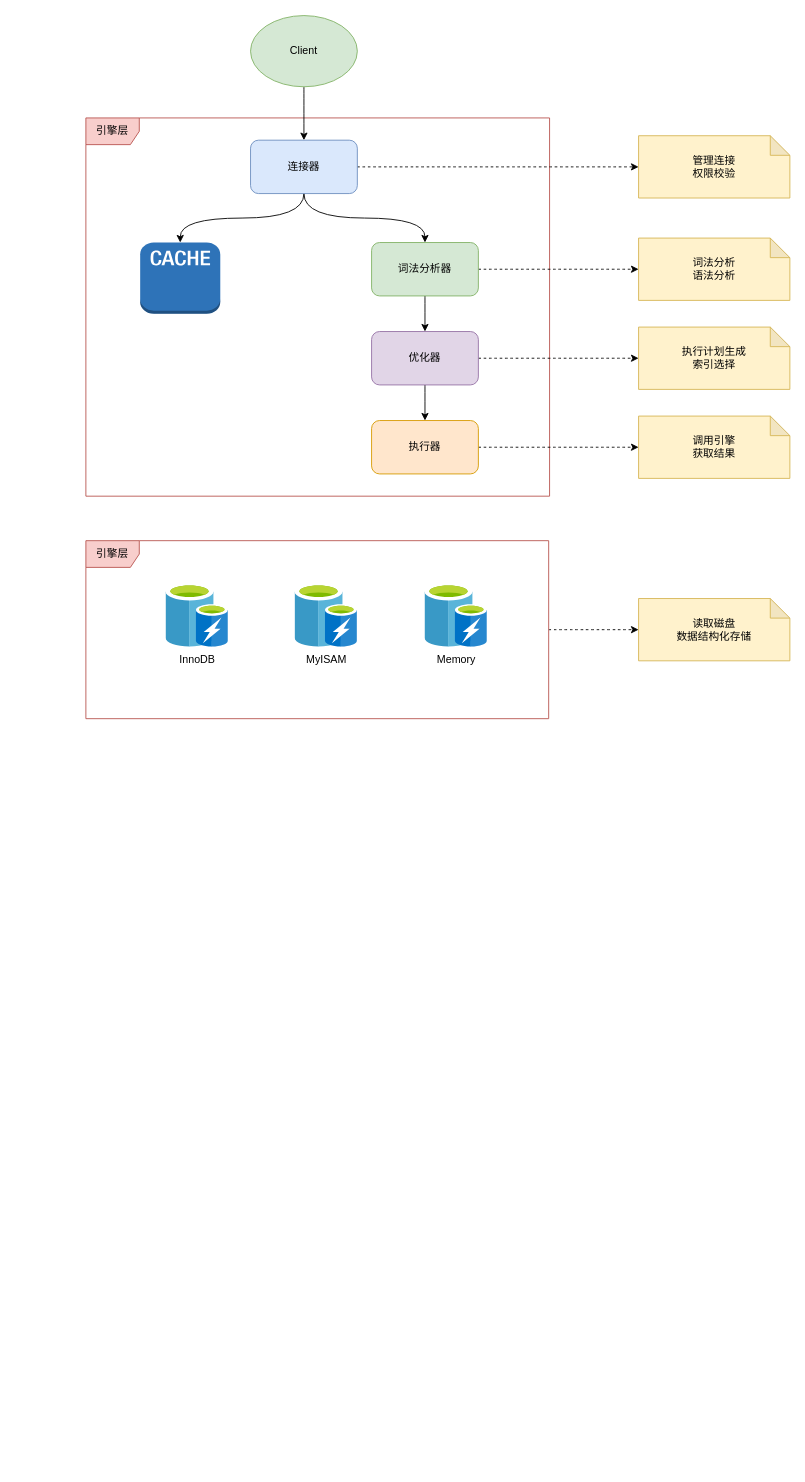
thebesteric/draw.io keeps this draw.io diagram as mysql/mysql.drawio. Above is the earlier version. Source tidied: cells renumbered, new cells numbered last; positions are measured from the earlier drawing's top-left corner, leaving out a move shared by most shapes. Both pictures are drawn from the tidied source at 89%, with x=0, y=0 at pixel (85, 15).
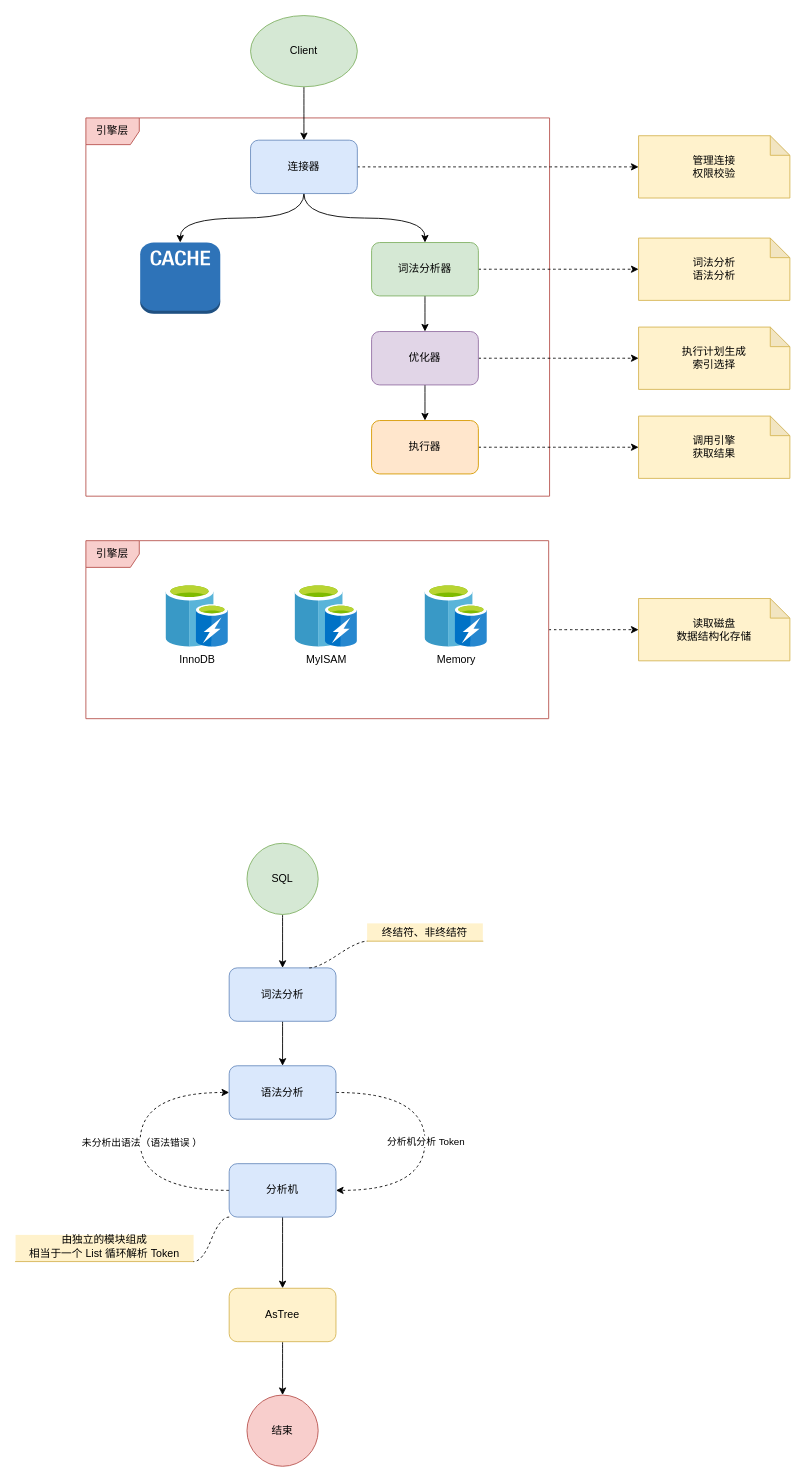
The same diagram, later.

What changed in the source:
```diff
@@
+    <mxCell id="28" style="edgeStyle=orthogonalEdgeStyle;curved=1;rounded=0;jettySize=auto;html=1;exitX=0.5;exitY=1;exitDx=0;exitDy=0;entryX=0.5;entryY=0;entryDx=0;entryDy=0;" parent="1" edge="1" source="29" target="31">
+      <mxGeometry relative="1" as="geometry" />
+    </mxCell>
+    <mxCell id="29" value="SQL" style="ellipse;whiteSpace=wrap;html=1;fillColor=#d5e8d4;strokeColor=#82b366;" parent="1" vertex="1">
+      <mxGeometry x="181" y="930" width="80" height="80" as="geometry" />
+    </mxCell>
+    <mxCell id="30" style="edgeStyle=orthogonalEdgeStyle;curved=1;rounded=0;jettySize=auto;html=1;" parent="1" edge="1" source="31" target="34">
+      <mxGeometry relative="1" as="geometry" />
+    </mxCell>
+    <mxCell id="31" value="词法分析" style="rounded=1;whiteSpace=wrap;html=1;fillColor=#dae8fc;strokeColor=#6c8ebf;" parent="1" vertex="1">
+      <mxGeometry x="161" y="1070" width="120" height="60" as="geometry" />
+    </mxCell>
+    <mxCell id="32" style="edgeStyle=orthogonalEdgeStyle;curved=1;rounded=0;jettySize=auto;html=1;exitX=1;exitY=0.5;exitDx=0;exitDy=0;entryX=1;entryY=0.5;entryDx=0;entryDy=0;dashed=1;" parent="1" edge="1" source="34" target="38">
+      <mxGeometry relative="1" as="geometry">
+        <Array as="points">
+          <mxPoint x="381" y="1210" />
+          <mxPoint x="381" y="1320" />
+        </Array>
+      </mxGeometry>
+    </mxCell>
+    <mxCell id="33" value="分析机分析 Token" style="edgeLabel;html=1;align=center;verticalAlign=middle;" parent="32" vertex="1">
+      <mxGeometry x="-0.01" relative="1" as="geometry">
+        <mxPoint y="1" as="offset" />
+      </mxGeometry>
+    </mxCell>
+    <mxCell id="34" value="语法分析" style="whiteSpace=wrap;html=1;rounded=1;fillColor=#dae8fc;strokeColor=#6c8ebf;" parent="1" vertex="1">
+      <mxGeometry x="161" y="1180" width="120" height="60" as="geometry" />
+    </mxCell>
+    <mxCell id="35" style="edgeStyle=orthogonalEdgeStyle;curved=1;rounded=0;jettySize=auto;html=1;" parent="1" edge="1" source="38" target="40">
+      <mxGeometry relative="1" as="geometry" />
+    </mxCell>
+    <mxCell id="36" style="edgeStyle=orthogonalEdgeStyle;curved=1;rounded=0;jettySize=auto;html=1;exitX=0;exitY=0.5;exitDx=0;exitDy=0;entryX=0;entryY=0.5;entryDx=0;entryDy=0;dashed=1;" parent="1" edge="1" source="38" target="34">
+      <mxGeometry relative="1" as="geometry">
+        <Array as="points">
+          <mxPoint x="61" y="1320" />
+          <mxPoint x="61" y="1210" />
+        </Array>
+      </mxGeometry>
+    </mxCell>
+    <mxCell id="37" value="未分析出语法（语法错误 ）" style="edgeLabel;html=1;align=center;verticalAlign=middle;" parent="36" vertex="1">
+      <mxGeometry y="-1" relative="1" as="geometry">
+        <mxPoint y="1" as="offset" />
+      </mxGeometry>
+    </mxCell>
+    <mxCell id="38" value="分析机" style="whiteSpace=wrap;html=1;rounded=1;fillColor=#dae8fc;strokeColor=#6c8ebf;" parent="1" vertex="1">
+      <mxGeometry x="161" y="1290" width="120" height="60" as="geometry" />
+    </mxCell>
+    <mxCell id="39" style="edgeStyle=orthogonalEdgeStyle;curved=1;rounded=0;jettySize=auto;html=1;exitX=0.5;exitY=1;exitDx=0;exitDy=0;" parent="1" edge="1" source="40" target="41">
+      <mxGeometry relative="1" as="geometry" />
+    </mxCell>
+    <mxCell id="40" value="AsTree" style="whiteSpace=wrap;html=1;rounded=1;fillColor=#fff2cc;strokeColor=#d6b656;" parent="1" vertex="1">
+      <mxGeometry x="161" y="1430" width="120" height="60" as="geometry" />
+    </mxCell>
+    <mxCell id="41" value="结束" style="ellipse;whiteSpace=wrap;html=1;fillColor=#f8cecc;strokeColor=#b85450;" parent="1" vertex="1">
+      <mxGeometry x="181" y="1550" width="80" height="80" as="geometry" />
+    </mxCell>
+    <mxCell id="42" value="终结符、非终结符" style="whiteSpace=wrap;html=1;shape=partialRectangle;top=0;left=0;bottom=1;right=0;points=[[0,1],[1,1]];fillColor=#fff2cc;align=center;verticalAlign=bottom;routingCenterY=0.5;snapToPoint=1;newEdgeStyle={&quot;edgeStyle&quot;:&quot;entityRelationEdgeStyle&quot;,&quot;startArrow&quot;:&quot;none&quot;,&quot;endArrow&quot;:&quot;none&quot;,&quot;segment&quot;:10,&quot;curved&quot;:1};strokeColor=#d6b656;" parent="1" vertex="1">
+      <mxGeometry x="316" y="1020" width="130" height="20" as="geometry" />
+    </mxCell>
+    <mxCell id="43" style="edgeStyle=entityRelationEdgeStyle;startArrow=none;endArrow=none;segment=10;curved=1;rounded=0;fontColor=#000000;dashed=1;exitX=0.75;exitY=0;exitDx=0;exitDy=0;" parent="1" edge="1" source="31" target="42">
+      <mxGeometry relative="1" as="geometry" />
+    </mxCell>
+    <mxCell id="44" value="由独立的模块组成&lt;br&gt;相当于一个 List 循环解析 Token" style="whiteSpace=wrap;html=1;shape=partialRectangle;top=0;left=0;bottom=1;right=0;points=[[0,1],[1,1]];fillColor=#fff2cc;align=center;verticalAlign=bottom;routingCenterY=0.5;snapToPoint=1;newEdgeStyle={&quot;edgeStyle&quot;:&quot;entityRelationEdgeStyle&quot;,&quot;startArrow&quot;:&quot;none&quot;,&quot;endArrow&quot;:&quot;none&quot;,&quot;segment&quot;:10,&quot;curved&quot;:1};strokeColor=#d6b656;" parent="1" vertex="1">
+      <mxGeometry x="-79" y="1370" width="200" height="30" as="geometry" />
+    </mxCell>
+    <mxCell id="45" style="edgeStyle=entityRelationEdgeStyle;startArrow=none;endArrow=none;segment=10;curved=1;rounded=0;fontColor=#000000;dashed=1;exitX=0;exitY=1;exitDx=0;exitDy=0;" parent="1" edge="1" source="38" target="44">
+      <mxGeometry relative="1" as="geometry" />
+    </mxCell>
```
